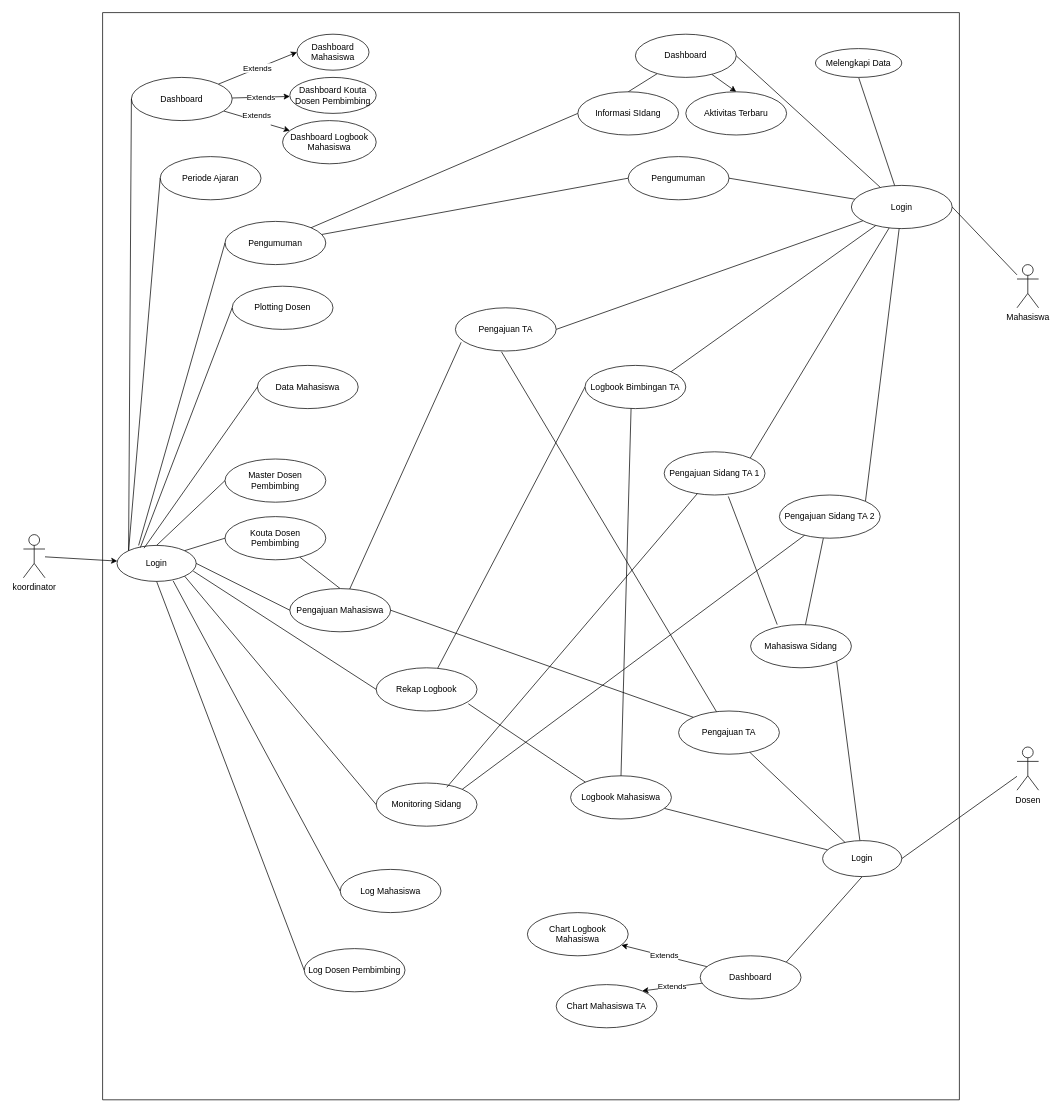
This is koor-bimbingan online.drawio from BagusCPaste/draw.io, a draw.io file, before an edit. Source tidied: cells renumbered, new cells numbered last; positions are measured from the earlier drawing's top-left corner, leaving out a move shared by most shapes. Both pictures are drawn from the tidied source at 72%, with x=0, y=0 at pixel (23, 12).
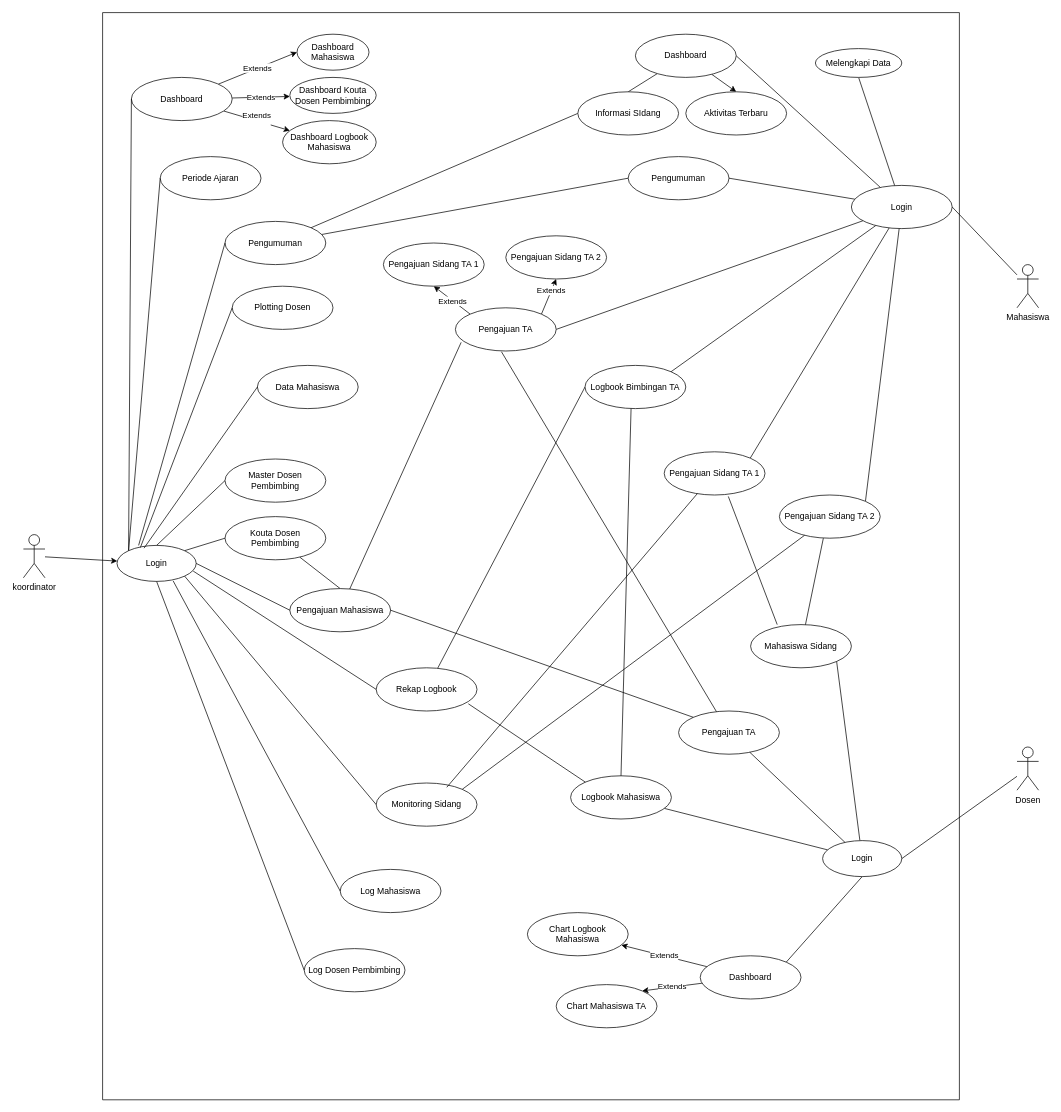
The same diagram, later.

The change refers to these unchanged cells:
```xml
<mxCell id="2" style="swimlane;startSize=0;" parent="1" vertex="1">
  <mxGeometry x="110" width="1190" height="1510" as="geometry" />
</mxCell>
<mxCell id="40" value="Pengajuan TA" style="ellipse;whiteSpace=wrap;html=1;" parent="2" vertex="1">
  <mxGeometry x="490" y="410" width="140" height="60" as="geometry" />
</mxCell>
```

What changed in the source:
```diff
@@
+    <mxCell id="85" style="rounded=0;jettySize=auto;html=1;exitX=0;exitY=0;exitDx=0;exitDy=0;entryX=0.5;entryY=1;entryDx=0;entryDy=0;" parent="2" edge="1" source="40" target="89">
+      <mxGeometry relative="1" as="geometry" />
+    </mxCell>
+    <mxCell id="86" value="Extends" style="edgeLabel;html=1;align=center;verticalAlign=middle;" parent="85" vertex="1">
+      <mxGeometry x="-0.02" y="1" relative="1" as="geometry" />
+    </mxCell>
+    <mxCell id="87" style="rounded=0;jettySize=auto;html=1;exitX=1;exitY=0;exitDx=0;exitDy=0;entryX=0.5;entryY=1;entryDx=0;entryDy=0;" parent="2" edge="1" source="40" target="90">
+      <mxGeometry relative="1" as="geometry" />
+    </mxCell>
+    <mxCell id="88" value="Extends" style="edgeLabel;html=1;align=center;verticalAlign=middle;" parent="87" vertex="1">
+      <mxGeometry x="0.35" y="1" relative="1" as="geometry" />
+    </mxCell>
@@
+    <mxCell id="89" value="Pengajuan Sidang TA 1" style="ellipse;whiteSpace=wrap;html=1;" parent="2" vertex="1">
+      <mxGeometry x="390" y="320" width="140" height="60" as="geometry" />
+    </mxCell>
+    <mxCell id="90" value="Pengajuan Sidang TA 2" style="ellipse;whiteSpace=wrap;html=1;" parent="2" vertex="1">
+      <mxGeometry x="560" y="310" width="140" height="60" as="geometry" />
+    </mxCell>
```
